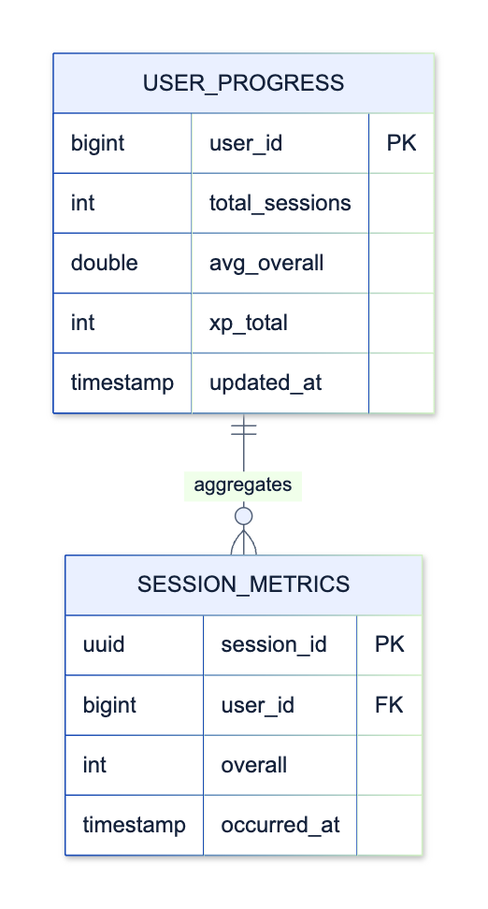
Above: assets/diagrams/tactical/05-progress-adaptation-database.png in upc-pre-202620-si728-16365-thropic/talki-project-report (Mermaid), before the change. Its source is kept beside it as assets/diagrams/tactical/05-progress-adaptation-database.mmd. The source it was exported from:
```mermaid
erDiagram
    USER_PROGRESS ||--o{ SESSION_METRICS : aggregates
    USER_PROGRESS {
        bigint user_id PK
        int total_sessions
        double avg_overall
        int xp_total
        timestamp updated_at
    }
    SESSION_METRICS {
        uuid session_id PK
        bigint user_id FK
        int overall
        timestamp occurred_at
    }
```
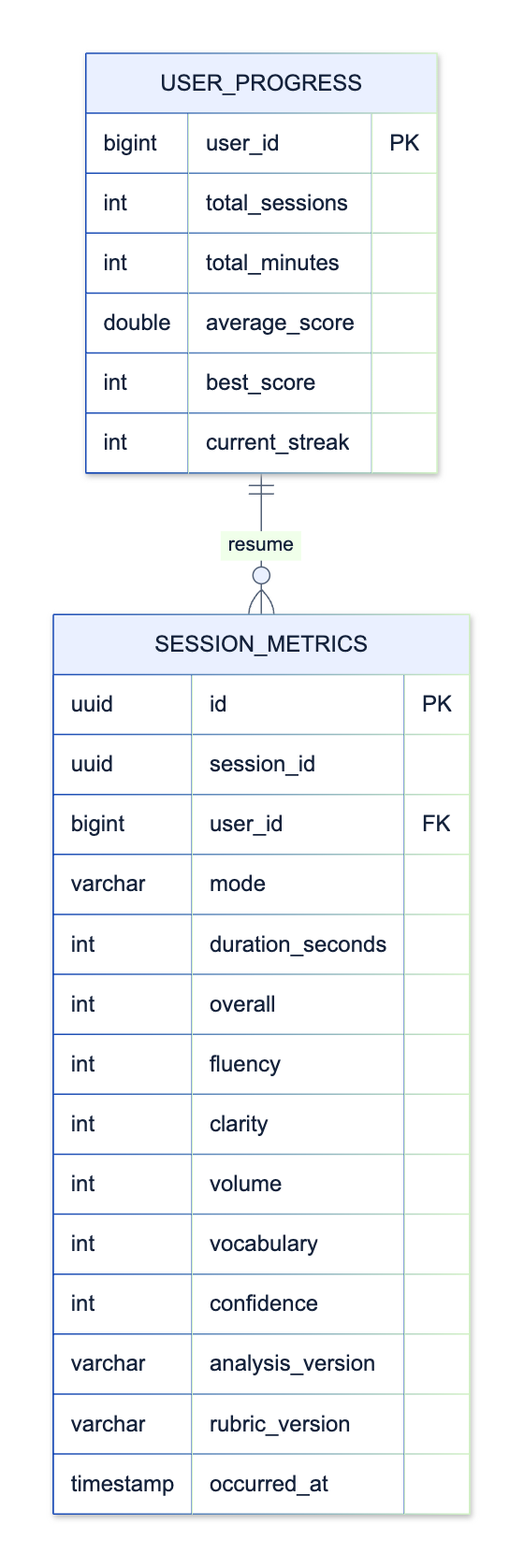
Later version of the same file.

What changed in the source:
```diff
@@ -1,15 +1,26 @@
 erDiagram
-    USER_PROGRESS ||--o{ SESSION_METRICS : aggregates
+    USER_PROGRESS ||--o{ SESSION_METRICS : resume
     USER_PROGRESS {
         bigint user_id PK
         int total_sessions
-        double avg_overall
-        int xp_total
-        timestamp updated_at
+        int total_minutes
+        double average_score
+        int best_score
+        int current_streak
     }
     SESSION_METRICS {
-        uuid session_id PK
+        uuid id PK
+        uuid session_id
         bigint user_id FK
+        varchar mode
+        int duration_seconds
         int overall
+        int fluency
+        int clarity
+        int volume
+        int vocabulary
+        int confidence
+        varchar analysis_version
+        varchar rubric_version
         timestamp occurred_at
     }
```
